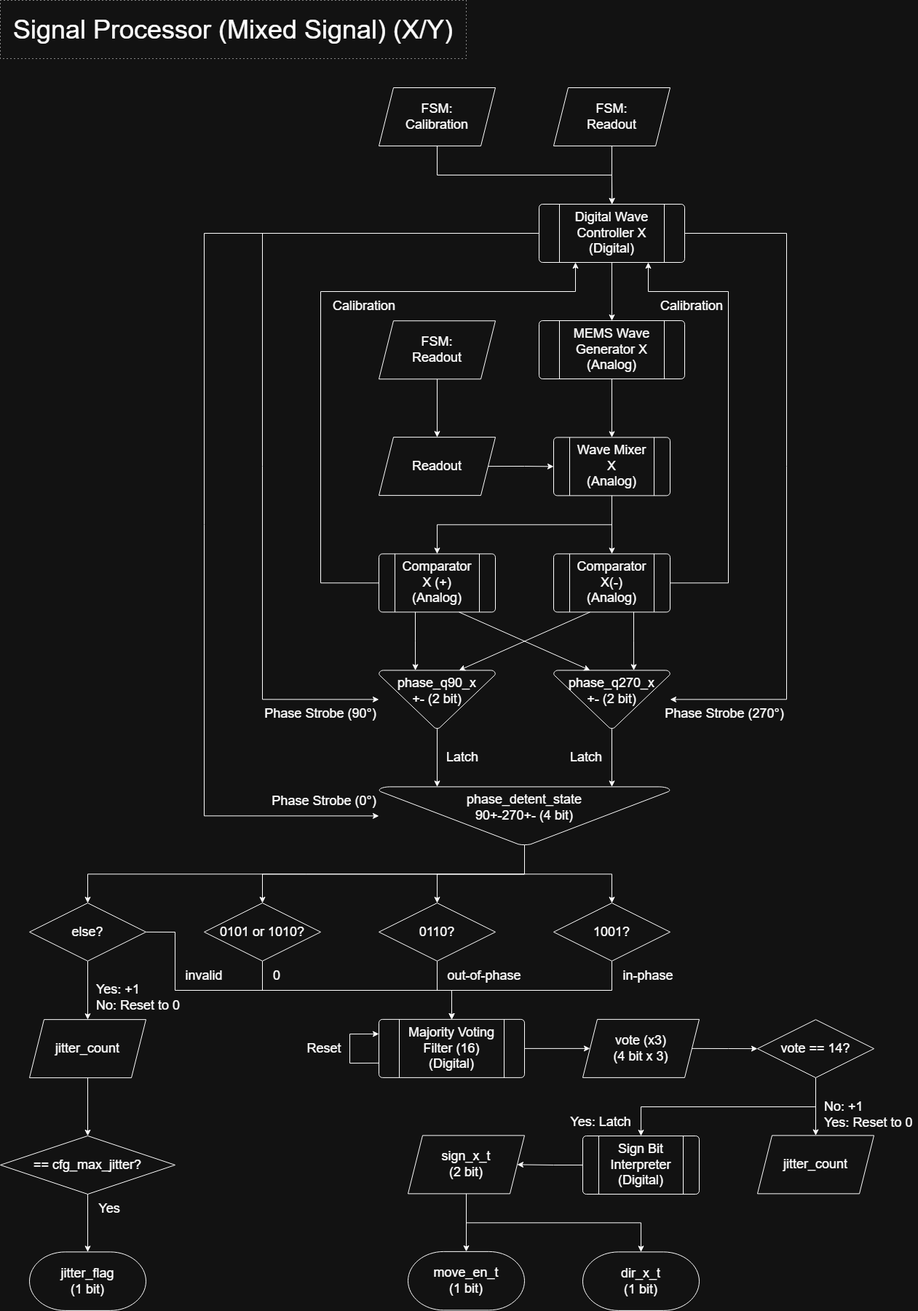
victoriatjhin/Probton keeps this draw.io diagram as Media/ChipArchitect/Optical Probe Station Dark Signal Processor.png. Above is the earlier version. Source tidied: cells renumbered, new cells last; positions are measured from the earlier drawing's top-left corner, leaving out a move shared by most shapes.
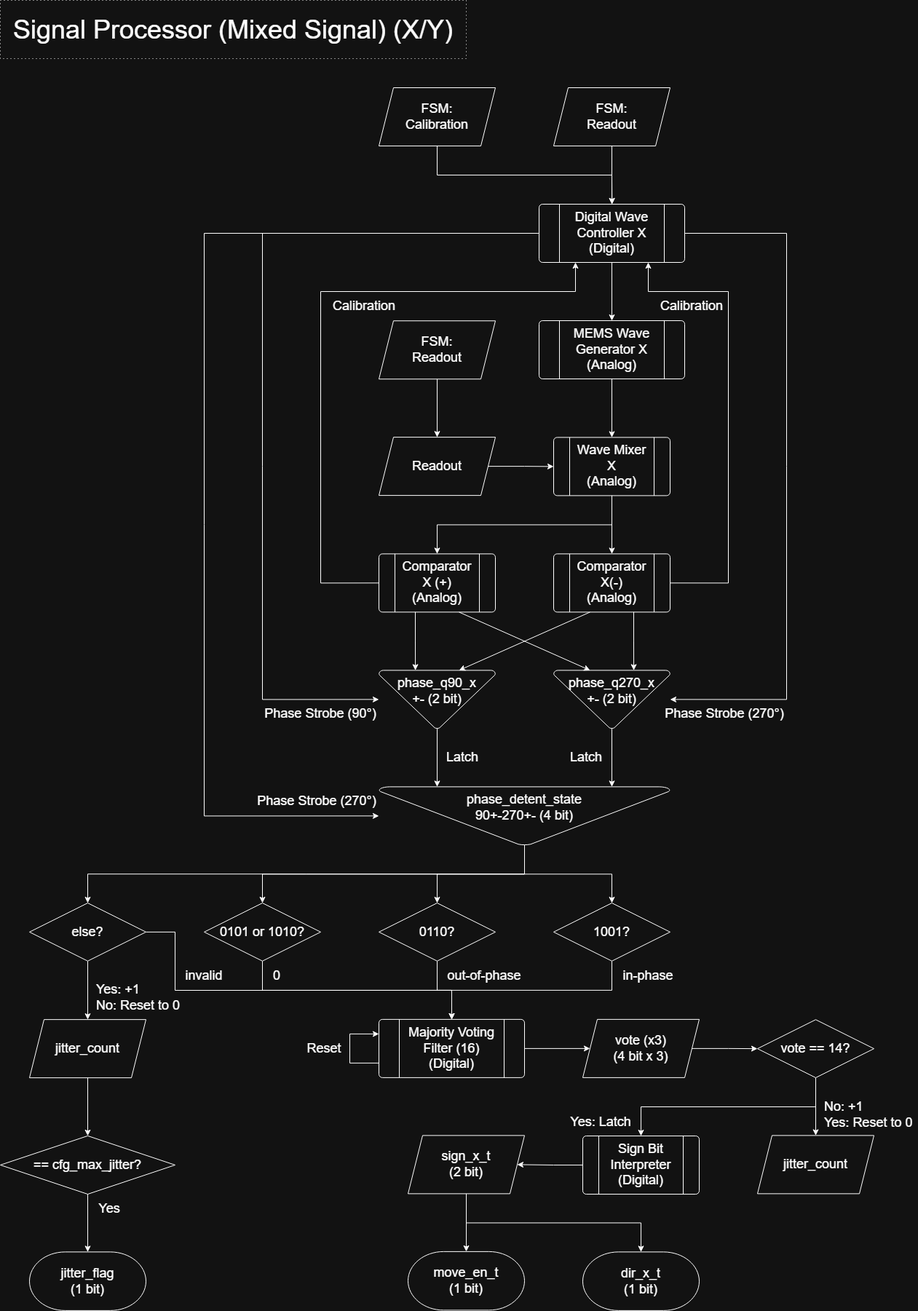
The same file after the commit.

Change to the diagram source:
```diff
@@ -323,8 +323,8 @@
     <mxCell id="88" value="&lt;span style=&quot;font-size: 18px;&quot;&gt;FSM: &lt;br&gt;Readout&lt;/span&gt;" style="shape=parallelogram;perimeter=parallelogramPerimeter;whiteSpace=wrap;html=1;fixedSize=1;" parent="1" vertex="1">
       <mxGeometry x="520" y="440.2" width="160" height="80" as="geometry" />
     </mxCell>
-    <mxCell id="89" value="&lt;span style=&quot;font-size: 18px;&quot;&gt;Phase Strobe &lt;/span&gt;&lt;span style=&quot;font-size: 18px;&quot;&gt;(0°)&lt;/span&gt;" style="text;html=1;whiteSpace=wrap;strokeColor=none;fillColor=none;align=center;verticalAlign=middle;rounded=0;" parent="1" vertex="1">
-      <mxGeometry x="370" y="1090" width="150" height="20" as="geometry" />
+    <mxCell id="89" value="&lt;span style=&quot;font-size: 18px;&quot;&gt;Phase Strobe &lt;/span&gt;&lt;span style=&quot;font-size: 18px;&quot;&gt;(270°)&lt;/span&gt;" style="text;html=1;whiteSpace=wrap;strokeColor=none;fillColor=none;align=center;verticalAlign=middle;rounded=0;" parent="1" vertex="1">
+      <mxGeometry x="350" y="1090" width="170" height="20" as="geometry" />
     </mxCell>
     <mxCell id="90" value="&lt;span style=&quot;font-size: 18px;&quot;&gt;move_en_t&lt;/span&gt;&lt;br style=&quot;font-size: 18px;&quot;&gt;&lt;span style=&quot;font-size: 18px;&quot;&gt;(1 bit)&lt;/span&gt;" style="strokeWidth=1;html=1;shape=mxgraph.flowchart.terminator;whiteSpace=wrap;" parent="1" vertex="1">
       <mxGeometry x="560" y="1718.9" width="160" height="80.5" as="geometry" />
```
